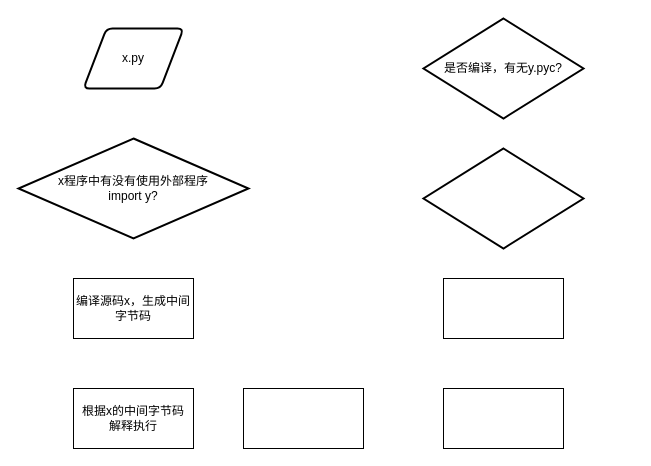
Above: python-program-flow.drawio in wupei-w/diagrams (draw.io), before the change. Source tidied: cells renumbered, new cells numbered last; positions are measured from the earlier drawing's top-left corner, leaving out a move shared by most shapes. Both pictures are drawn from the tidied source at 100%, with x=0, y=0 at pixel (18, 18).
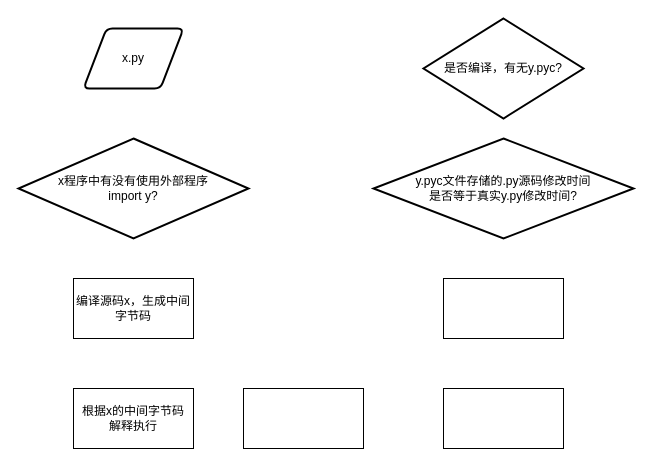
Above is the later version.

Change to the diagram source:
```diff
@@
 <mxGraphModel>
   <root>
     <mxCell id="0" />
     <mxCell id="1" parent="0" />
     <mxCell id="2" value="x.py" style="shape=parallelogram;html=1;strokeWidth=2;perimeter=parallelogramPerimeter;whiteSpace=wrap;rounded=1;arcSize=12;size=0.23;" parent="1" vertex="1">
       <mxGeometry x="65" y="10" width="100" height="60" as="geometry" />
     </mxCell>
     <mxCell id="3" value="x程序中有没有使用外部程序&lt;br&gt;import y?" style="strokeWidth=2;html=1;shape=mxgraph.flowchart.decision;whiteSpace=wrap;" parent="1" vertex="1">
       <mxGeometry y="120" width="230" height="100" as="geometry" />
     </mxCell>
     <mxCell id="4" value="编译源码x，生成中间字节码" style="rounded=0;whiteSpace=wrap;html=1;" parent="1" vertex="1">
       <mxGeometry x="55" y="260" width="120" height="60" as="geometry" />
     </mxCell>
     <mxCell id="5" value="是否编译，有无y.pyc?" style="strokeWidth=2;html=1;shape=mxgraph.flowchart.decision;whiteSpace=wrap;" parent="1" vertex="1">
       <mxGeometry x="405" width="160" height="100" as="geometry" />
     </mxCell>
-    <mxCell id="6" style="strokeWidth=2;html=1;shape=mxgraph.flowchart.decision;whiteSpace=wrap;" parent="1" vertex="1">
-      <mxGeometry x="405" y="130" width="160" height="100" as="geometry" />
+    <mxCell id="6" value="y.pyc文件存储的.py源码修改时间&lt;br&gt;是否等于真实y.py修改时间?" style="strokeWidth=2;html=1;shape=mxgraph.flowchart.decision;whiteSpace=wrap;" parent="1" vertex="1">
+      <mxGeometry x="355" y="120" width="260" height="100" as="geometry" />
     </mxCell>
     <mxCell id="7" style="rounded=0;whiteSpace=wrap;html=1;" parent="1" vertex="1">
       <mxGeometry x="425" y="260" width="120" height="60" as="geometry" />
     </mxCell>
     <mxCell id="8" style="rounded=0;whiteSpace=wrap;html=1;" parent="1" vertex="1">
       <mxGeometry x="225" y="370" width="120" height="60" as="geometry" />
     </mxCell>
     <mxCell id="9" style="rounded=0;whiteSpace=wrap;html=1;" parent="1" vertex="1">
       <mxGeometry x="425" y="370" width="120" height="60" as="geometry" />
     </mxCell>
     <mxCell id="10" value="根据x的中间字节码&lt;br&gt;解释执行" style="rounded=0;whiteSpace=wrap;html=1;" parent="1" vertex="1">
       <mxGeometry x="55" y="370" width="120" height="60" as="geometry" />
     </mxCell>
   </root>
 </mxGraphModel>
```
